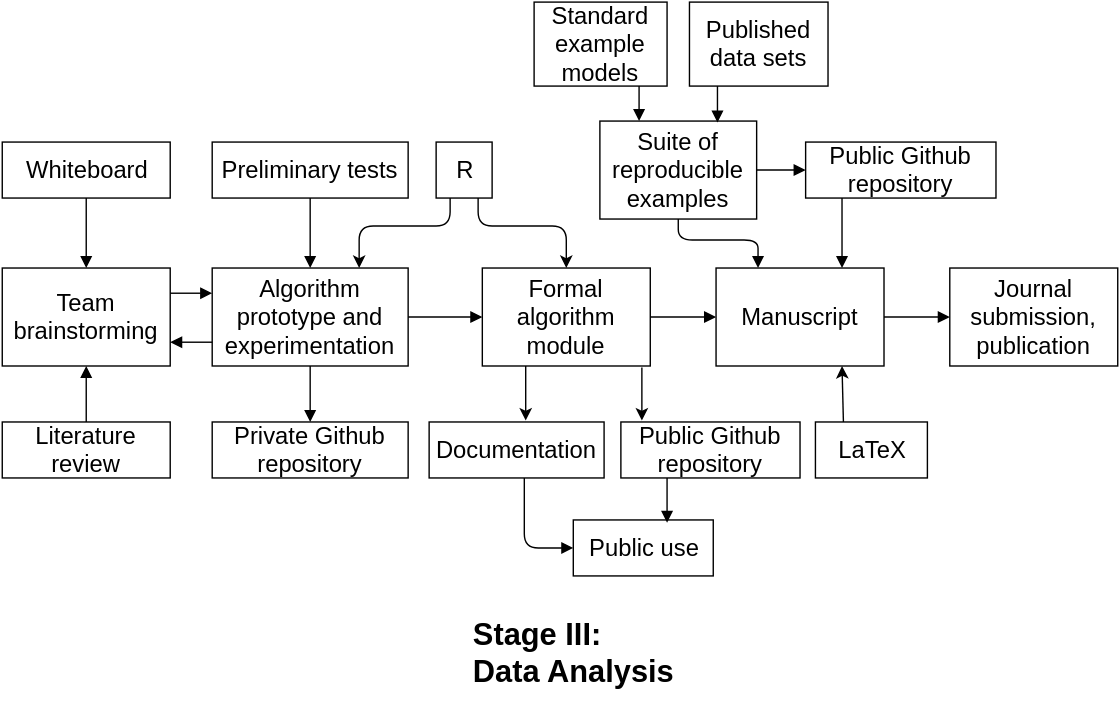
Earlier version of the draw.io export case-studies/dturek.svg (BIDS/repro-case-studies). Source tidied: cells renumbered, new cells last; positions are measured from the earlier drawing's top-left corner, leaving out a move shared by most shapes.
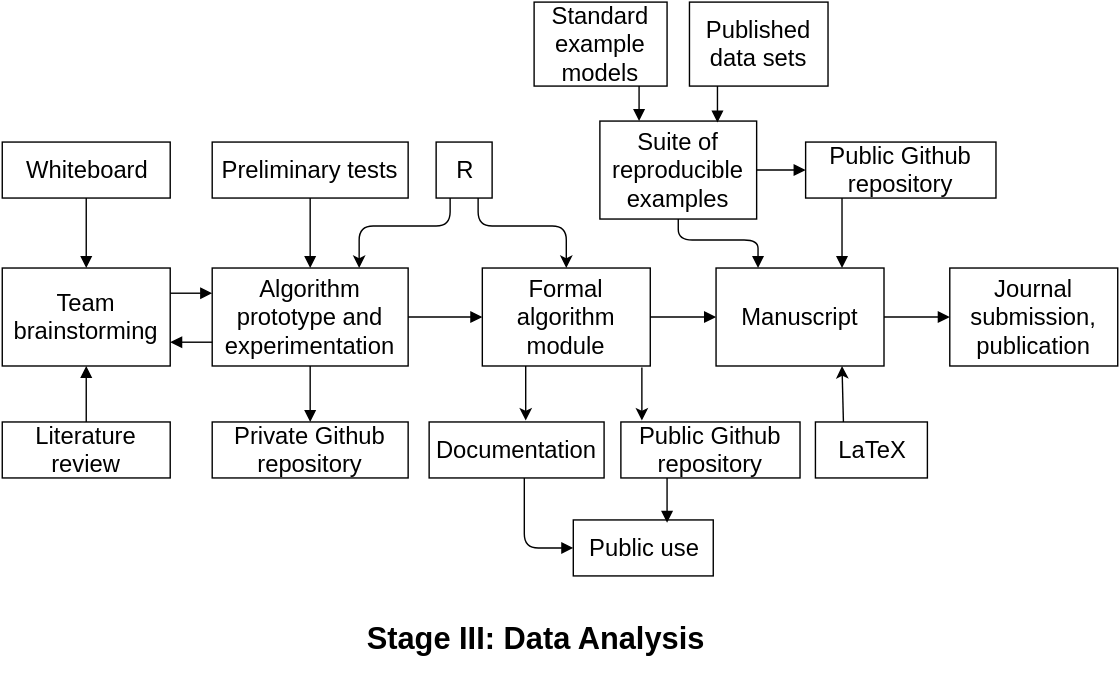
The same file after the commit.

Commit message:
dturek diagram made label one liner

Change to the diagram source:
```diff
@@ -158,8 +158,8 @@
         </Array>
       </mxGeometry>
     </mxCell>
-    <mxCell id="42" value="&lt;div style=&quot;text-align: left&quot;&gt;&lt;b style=&quot;font-size: 22px ; line-height: 1.2&quot;&gt;Stage III:&lt;/b&gt;&lt;/div&gt;&lt;div style=&quot;text-align: left&quot;&gt;&lt;font style=&quot;font-size: 22px&quot;&gt;&lt;b&gt;Data Analysis&lt;/b&gt;&lt;/font&gt;&lt;/div&gt;" style="text;html=1;strokeColor=none;fillColor=none;align=center;verticalAlign=middle;whiteSpace=wrap;overflow=hidden;" parent="1" vertex="1">
-      <mxGeometry x="298" y="430" width="220" height="70" as="geometry" />
+    <mxCell id="42" value="&lt;div style=&quot;text-align: left&quot;&gt;&lt;b style=&quot;font-size: 22px ; line-height: 1.2&quot;&gt;Stage III:&amp;nbsp;&lt;/b&gt;&lt;b style=&quot;font-size: 22px ; line-height: 1.2&quot;&gt;Data Analysis&lt;/b&gt;&lt;/div&gt;" style="text;html=1;strokeColor=none;fillColor=none;align=center;verticalAlign=middle;whiteSpace=wrap;overflow=hidden;" parent="1" vertex="1">
+      <mxGeometry x="220" y="430" width="322" height="50" as="geometry" />
     </mxCell>
   </root>
 </mxGraphModel>
```
